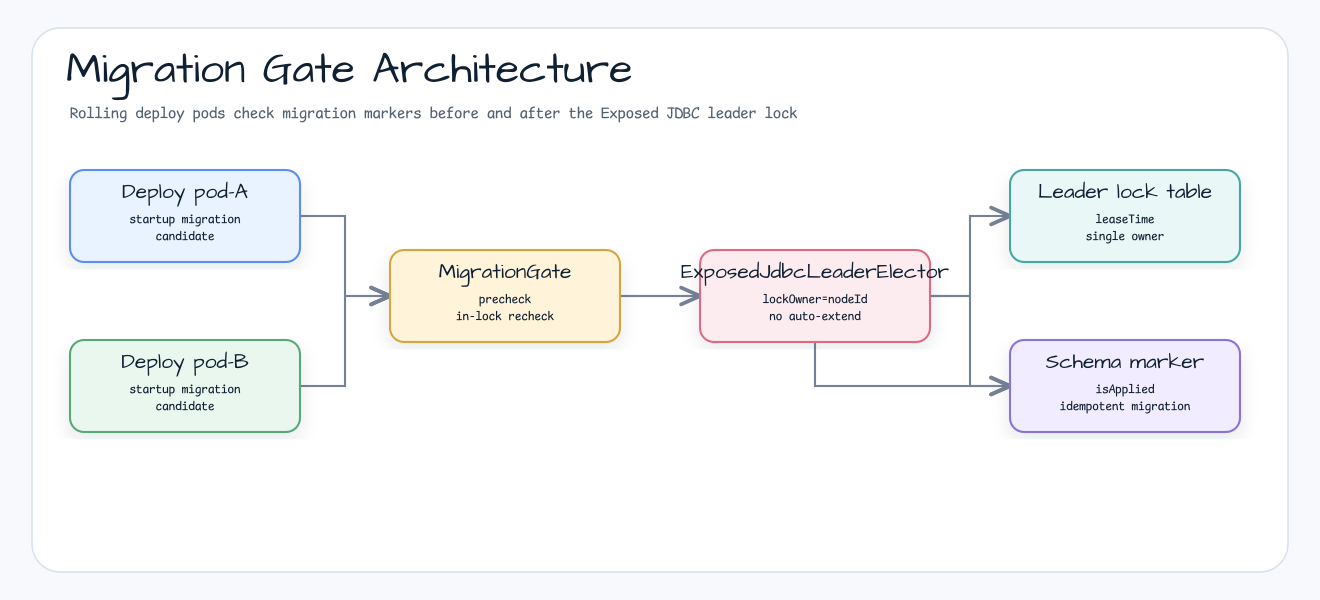
Earlier version of the Graphviz export docs/images/readme-diagrams/examples-migration-gate-architecture-01.png (bluetape4k/bluetape4k-leader). Its source is kept beside it as docs/images/readme-diagrams/examples-migration-gate-architecture-01.dot. Source of this version:
```dot
digraph "examples-migration-gate-architecture-01" {
  graph [layout=neato, rankdir=LR, splines=ortho, overlap=false, outputorder=edgesfirst, nodesep=0.55, ranksep=0.75, bgcolor="transparent", label="Migration Gate Architecture", labelloc=t];
  node [shape=box, style="rounded,filled", fontname="Architects Daughter", fontsize=18, margin="0.16,0.10"];
  edge [color="#758297", penwidth=1.8, arrowsize=0.8, fontname="Comic Mono", fontsize=10];
  n0 [label="Deploy pod-A", fillcolor="#ffffff", color="#5B8DEF", width=3.19, height=1.28, pos="185.00,484.00!"];
  n1 [label="Deploy pod-B", fillcolor="#ffffff", color="#58A978", width=3.19, height=1.28, pos="185.00,314.00!"];
  n2 [label="MigrationGate", fillcolor="#ffffff", color="#D6A441", width=3.19, height=1.28, pos="505.00,404.00!"];
  n3 [label="ExposedJdbcLeaderElector", fillcolor="#ffffff", color="#DC6B82", width=3.19, height=1.28, pos="815.00,404.00!"];
  n4 [label="Leader lock table", fillcolor="#ffffff", color="#45A7A1", width=3.19, height=1.28, pos="1125.00,484.00!"];
  n5 [label="Schema marker", fillcolor="#ffffff", color="#8A72D6", width=3.19, height=1.28, pos="1125.00,314.00!"];
  r1p1 [label="", shape=point, width=0.03, height=0.03, fixedsize=true, style=invis, pos="345.00,484.00!"];
  r1p2 [label="", shape=point, width=0.03, height=0.03, fixedsize=true, style=invis, pos="345.00,404.00!"];
  n0 -> r1p1 [arrowhead=none];
  r1p1 -> r1p2 [arrowhead=none];
  r1p2 -> n2 [];
  r2p1 [label="", shape=point, width=0.03, height=0.03, fixedsize=true, style=invis, pos="345.00,314.00!"];
  r2p2 [label="", shape=point, width=0.03, height=0.03, fixedsize=true, style=invis, pos="345.00,404.00!"];
  n1 -> r2p1 [arrowhead=none];
  r2p1 -> r2p2 [arrowhead=none];
  r2p2 -> n2 [];
  r3p1 [label="", shape=point, width=0.03, height=0.03, fixedsize=true, style=invis, pos="660.00,404.00!"];
  r3p2 [label="", shape=point, width=0.03, height=0.03, fixedsize=true, style=invis, pos="660.00,404.00!"];
  n2 -> r3p1 [arrowhead=none];
  r3p1 -> r3p2 [arrowhead=none];
  r3p2 -> n3 [];
  r4p1 [label="", shape=point, width=0.03, height=0.03, fixedsize=true, style=invis, pos="970.00,404.00!"];
  r4p2 [label="", shape=point, width=0.03, height=0.03, fixedsize=true, style=invis, pos="970.00,484.00!"];
  n3 -> r4p1 [arrowhead=none];
  r4p1 -> r4p2 [arrowhead=none];
  r4p2 -> n4 [];
  r5p1 [label="", shape=point, width=0.03, height=0.03, fixedsize=true, style=invis, pos="815.00,404.00!"];
  r5p2 [label="", shape=point, width=0.03, height=0.03, fixedsize=true, style=invis, pos="815.00,314.00!"];
  n2 -> r5p1 [arrowhead=none];
  r5p1 -> r5p2 [arrowhead=none];
  r5p2 -> n5 [];
  r6p1 [label="", shape=point, width=0.03, height=0.03, fixedsize=true, style=invis, pos="970.00,404.00!"];
  r6p2 [label="", shape=point, width=0.03, height=0.03, fixedsize=true, style=invis, pos="970.00,314.00!"];
  n3 -> r6p1 [arrowhead=none];
  r6p1 -> r6p2 [arrowhead=none];
  r6p2 -> n5 [];
}
```
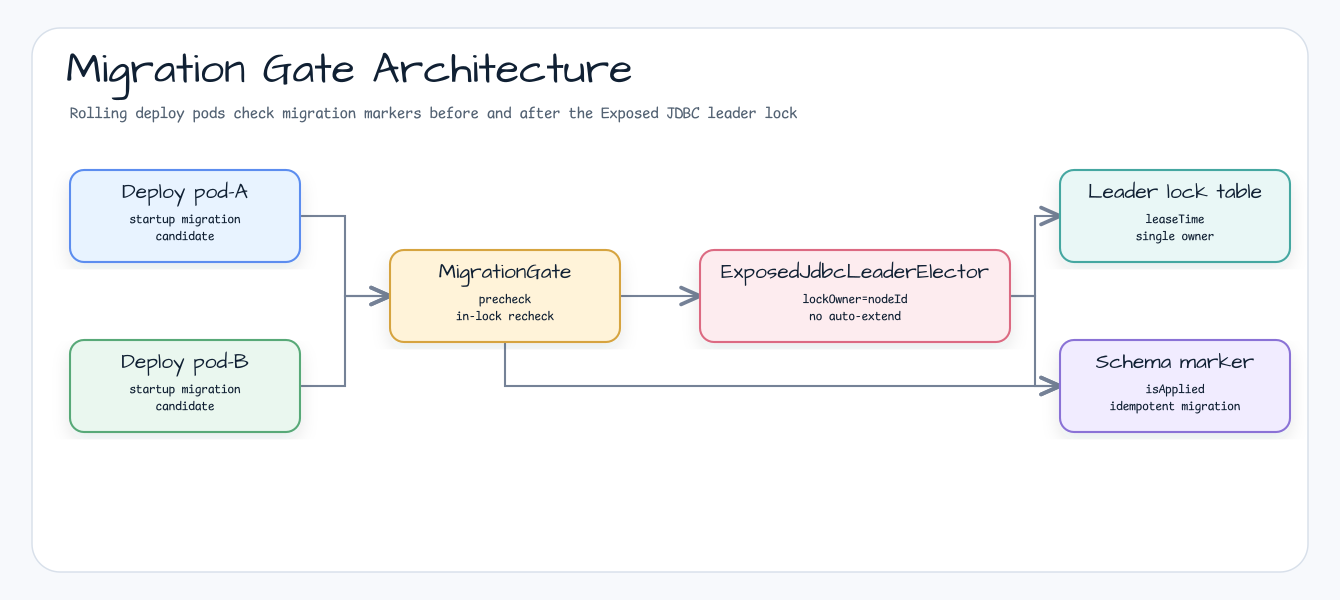
Above is the later version.

Change to the diagram source:
```diff
@@ -5,9 +5,9 @@
   n0 [label="Deploy pod-A", fillcolor="#ffffff", color="#5B8DEF", width=3.19, height=1.28, pos="185.00,484.00!"];
   n1 [label="Deploy pod-B", fillcolor="#ffffff", color="#58A978", width=3.19, height=1.28, pos="185.00,314.00!"];
   n2 [label="MigrationGate", fillcolor="#ffffff", color="#D6A441", width=3.19, height=1.28, pos="505.00,404.00!"];
-  n3 [label="ExposedJdbcLeaderElector", fillcolor="#ffffff", color="#DC6B82", width=3.19, height=1.28, pos="815.00,404.00!"];
-  n4 [label="Leader lock table", fillcolor="#ffffff", color="#45A7A1", width=3.19, height=1.28, pos="1125.00,484.00!"];
-  n5 [label="Schema marker", fillcolor="#ffffff", color="#8A72D6", width=3.19, height=1.28, pos="1125.00,314.00!"];
+  n3 [label="ExposedJdbcLeaderElector", fillcolor="#ffffff", color="#DC6B82", width=4.31, height=1.28, pos="855.00,404.00!"];
+  n4 [label="Leader lock table", fillcolor="#ffffff", color="#45A7A1", width=3.19, height=1.28, pos="1175.00,484.00!"];
+  n5 [label="Schema marker", fillcolor="#ffffff", color="#8A72D6", width=3.19, height=1.28, pos="1175.00,314.00!"];
   r1p1 [label="", shape=point, width=0.03, height=0.03, fixedsize=true, style=invis, pos="345.00,484.00!"];
   r1p2 [label="", shape=point, width=0.03, height=0.03, fixedsize=true, style=invis, pos="345.00,404.00!"];
   n0 -> r1p1 [arrowhead=none];
@@ -23,18 +23,16 @@
   n2 -> r3p1 [arrowhead=none];
   r3p1 -> r3p2 [arrowhead=none];
   r3p2 -> n3 [];
-  r4p1 [label="", shape=point, width=0.03, height=0.03, fixedsize=true, style=invis, pos="970.00,404.00!"];
-  r4p2 [label="", shape=point, width=0.03, height=0.03, fixedsize=true, style=invis, pos="970.00,484.00!"];
+  r4p1 [label="", shape=point, width=0.03, height=0.03, fixedsize=true, style=invis, pos="1035.00,404.00!"];
+  r4p2 [label="", shape=point, width=0.03, height=0.03, fixedsize=true, style=invis, pos="1035.00,484.00!"];
   n3 -> r4p1 [arrowhead=none];
   r4p1 -> r4p2 [arrowhead=none];
   r4p2 -> n4 [];
-  r5p1 [label="", shape=point, width=0.03, height=0.03, fixedsize=true, style=invis, pos="815.00,404.00!"];
-  r5p2 [label="", shape=point, width=0.03, height=0.03, fixedsize=true, style=invis, pos="815.00,314.00!"];
+  r5p1 [label="", shape=point, width=0.03, height=0.03, fixedsize=true, style=invis, pos="505.00,314.00!"];
   n2 -> r5p1 [arrowhead=none];
-  r5p1 -> r5p2 [arrowhead=none];
-  r5p2 -> n5 [];
-  r6p1 [label="", shape=point, width=0.03, height=0.03, fixedsize=true, style=invis, pos="970.00,404.00!"];
-  r6p2 [label="", shape=point, width=0.03, height=0.03, fixedsize=true, style=invis, pos="970.00,314.00!"];
+  r5p1 -> n5 [];
+  r6p1 [label="", shape=point, width=0.03, height=0.03, fixedsize=true, style=invis, pos="1035.00,404.00!"];
+  r6p2 [label="", shape=point, width=0.03, height=0.03, fixedsize=true, style=invis, pos="1035.00,314.00!"];
   n3 -> r6p1 [arrowhead=none];
   r6p1 -> r6p2 [arrowhead=none];
   r6p2 -> n5 [];
```
